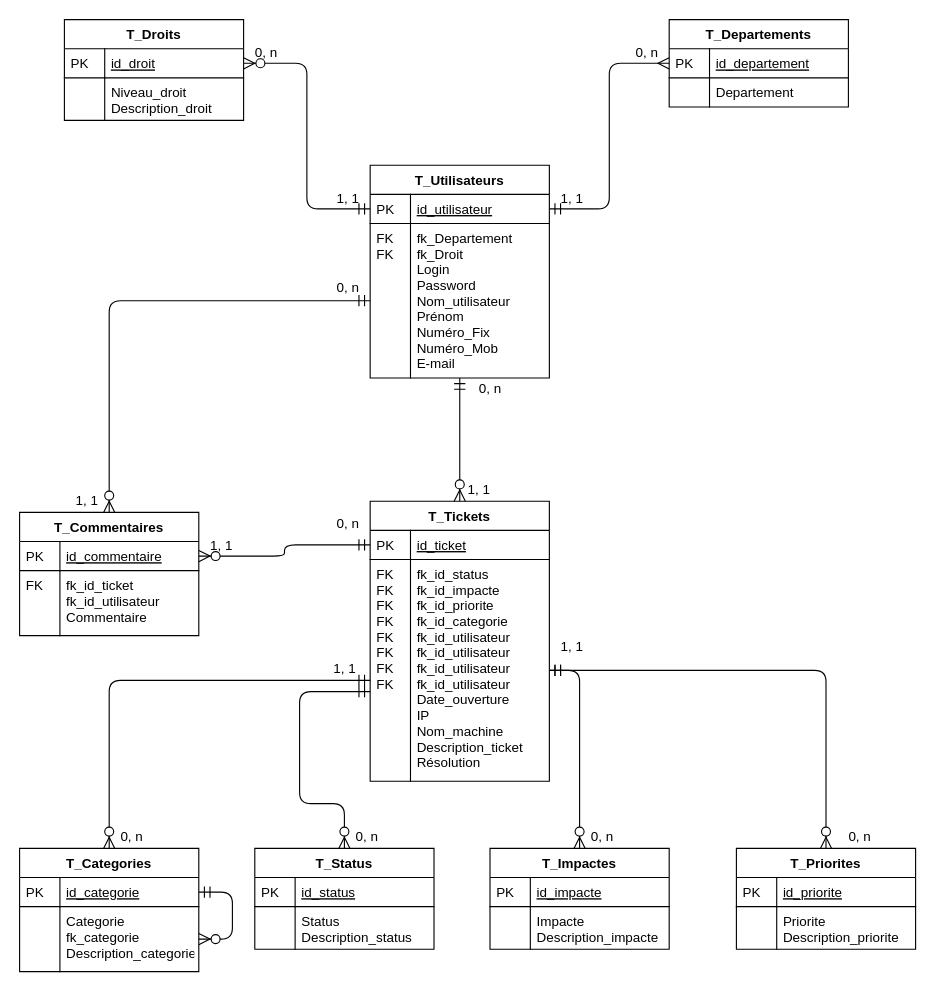
The draw.io diagram Base de données/MLD_MPTicket.drawio in Hero-Chan/Projet_Ticketing, before the edit. Source tidied: cells renumbered, new cells numbered last; positions are measured from the earlier drawing's top-left corner, leaving out a move shared by most shapes. Both pictures are drawn from the tidied source at 112%, with x=0, y=0 at pixel (19, 19).
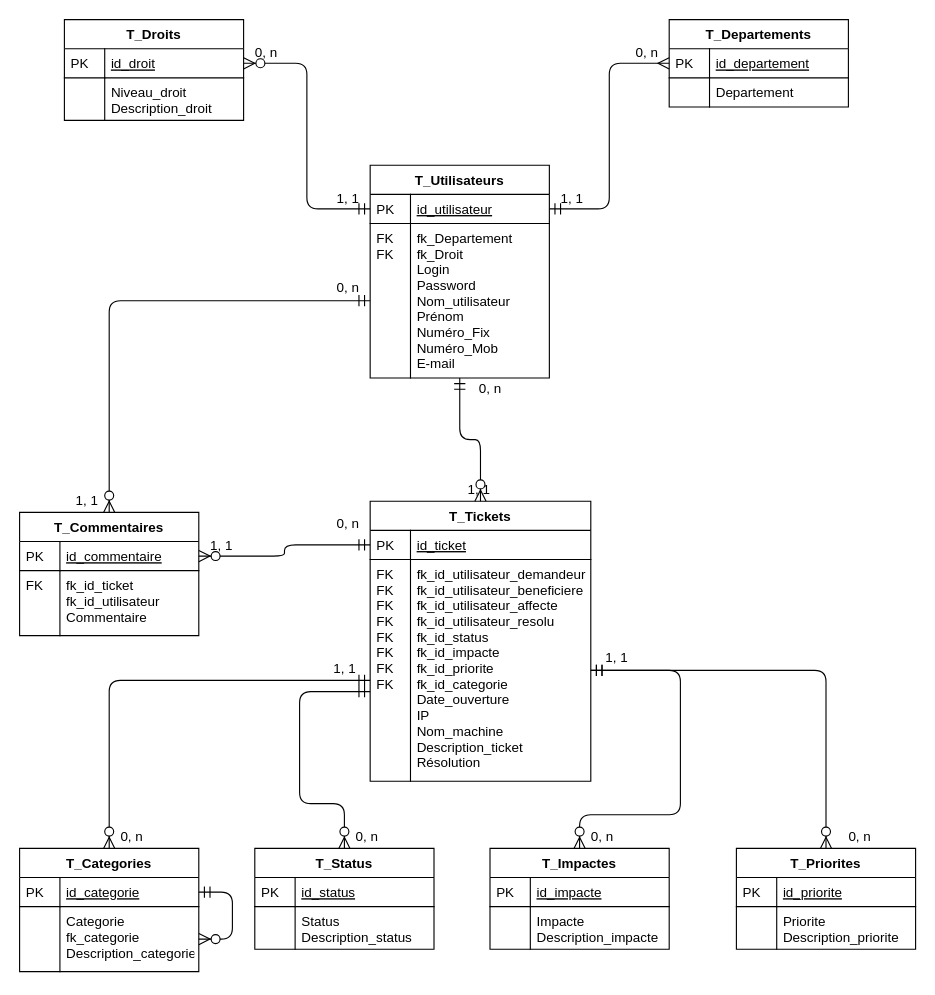
After the change.

Commit message:
Mettre à jour MLD_MPTicket.drawio

Unchanged cells that the change refers to:
```xml
<mxCell id="36" value="T_Impactes" style="swimlane;fontStyle=1;horizontal=1;startSize=26;rounded=0;shadow=0;strokeWidth=1;" parent="1" vertex="1">
  <mxGeometry x="420" y="740" width="160" height="90" as="geometry" />
</mxCell>
```

The edit, as a diff of the source:
```diff
@@
     <mxCell id="13" value="T_Tickets" style="swimlane;fontStyle=1;horizontal=1;startSize=26;rounded=0;shadow=0;strokeWidth=1;" parent="1" vertex="1">
-      <mxGeometry x="313" y="430" width="160" height="250" as="geometry" />
+      <mxGeometry x="313" y="430" width="197" height="250" as="geometry" />
     </mxCell>
     <mxCell id="14" value="id_ticket" style="shape=partialRectangle;top=0;left=0;right=0;bottom=1;align=left;verticalAlign=top;fillColor=none;spacingLeft=40;spacingRight=4;overflow=hidden;points=[[0,0.5],[1,0.5]];portConstraint=eastwest;rounded=0;shadow=0;strokeWidth=1;fontStyle=4;" parent="13" vertex="1">
-      <mxGeometry y="26" width="160" height="26" as="geometry" />
+      <mxGeometry y="26" width="197" height="26" as="geometry" />
     </mxCell>
@@
-    <mxCell id="16" value="fk_id_status&#10;fk_id_impacte&#10;fk_id_priorite&#10;fk_id_categorie&#10;fk_id_utilisateur&#10;fk_id_utilisateur&#10;fk_id_utilisateur&#10;fk_id_utilisateur&#10;Date_ouverture&#10;IP&#10;Nom_machine&#10;Description_ticket&#10;Résolution" style="shape=partialRectangle;top=0;left=0;right=0;bottom=0;align=left;verticalAlign=top;fillColor=none;spacingLeft=40;spacingRight=4;overflow=hidden;points=[[0,0.5],[1,0.5]];portConstraint=eastwest;rounded=0;shadow=0;strokeWidth=1;" parent="13" vertex="1">
-      <mxGeometry y="52" width="160" height="198" as="geometry" />
+    <mxCell id="16" value="fk_id_utilisateur_demandeur&#10;fk_id_utilisateur_beneficiere&#10;fk_id_utilisateur_affecte&#10;fk_id_utilisateur_resolu&#10;fk_id_status&#10;fk_id_impacte&#10;fk_id_priorite&#10;fk_id_categorie&#10;Date_ouverture&#10;IP&#10;Nom_machine&#10;Description_ticket&#10;Résolution" style="shape=partialRectangle;top=0;left=0;right=0;bottom=0;align=left;verticalAlign=top;fillColor=none;spacingLeft=40;spacingRight=4;overflow=hidden;points=[[0,0.5],[1,0.5]];portConstraint=eastwest;rounded=0;shadow=0;strokeWidth=1;" parent="13" vertex="1">
+      <mxGeometry y="52" width="197" height="198" as="geometry" />
     </mxCell>
@@
     <mxCell id="48" style="edgeStyle=orthogonalEdgeStyle;endArrow=ERzeroToMany;startArrow=ERmandOne;shadow=0;strokeWidth=1;endSize=8;startSize=8;entryX=0.5;entryY=0;entryDx=0;entryDy=0;exitX=1;exitY=0.5;exitDx=0;exitDy=0;" parent="1" edge="1" source="16" target="36">
-      <mxGeometry relative="1" as="geometry" />
+      <mxGeometry relative="1" as="geometry">
+        <Array as="points">
+          <mxPoint x="590" y="581" />
+          <mxPoint x="590" y="710" />
+          <mxPoint x="500" y="710" />
+        </Array>
+      </mxGeometry>
     </mxCell>
@@
     <mxCell id="51" value="1, 1" style="text;html=1;align=center;verticalAlign=middle;" parent="1" vertex="1">
-      <mxGeometry x="473" y="550" width="40" height="20" as="geometry" />
+      <mxGeometry x="513" y="560" width="40" height="20" as="geometry" />
     </mxCell>
```
